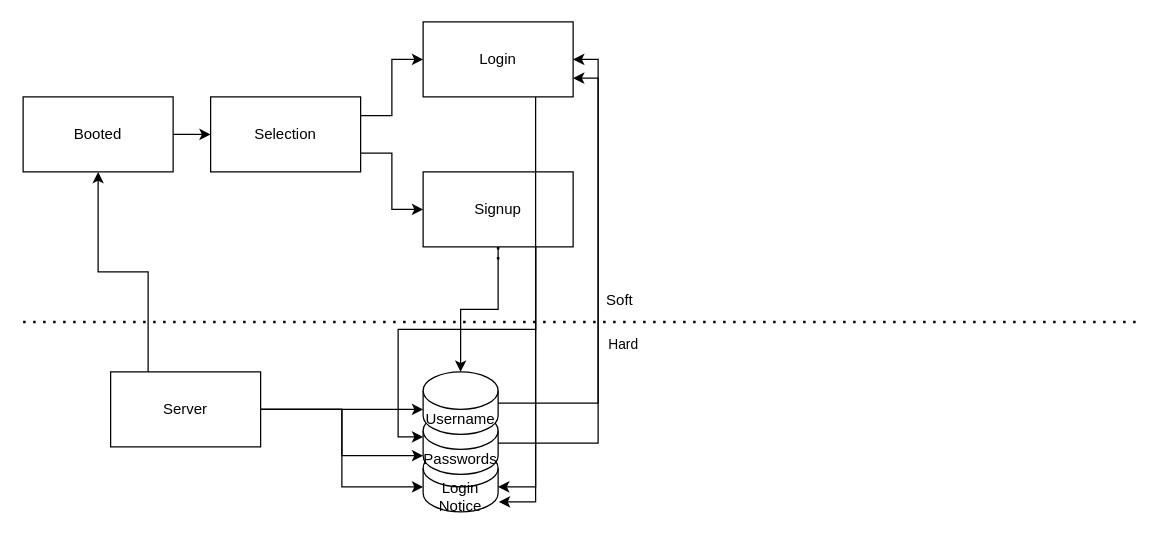
Earlier version of the draw.io diagram Login-2.drawio (DevEatSleepRepeat/draw.io). Source tidied: cells renumbered, new cells numbered last; positions are measured from the earlier drawing's top-left corner, leaving out a move shared by most shapes. Both pictures are drawn from the tidied source at 125%, with x=0, y=0 at pixel (22, 21).
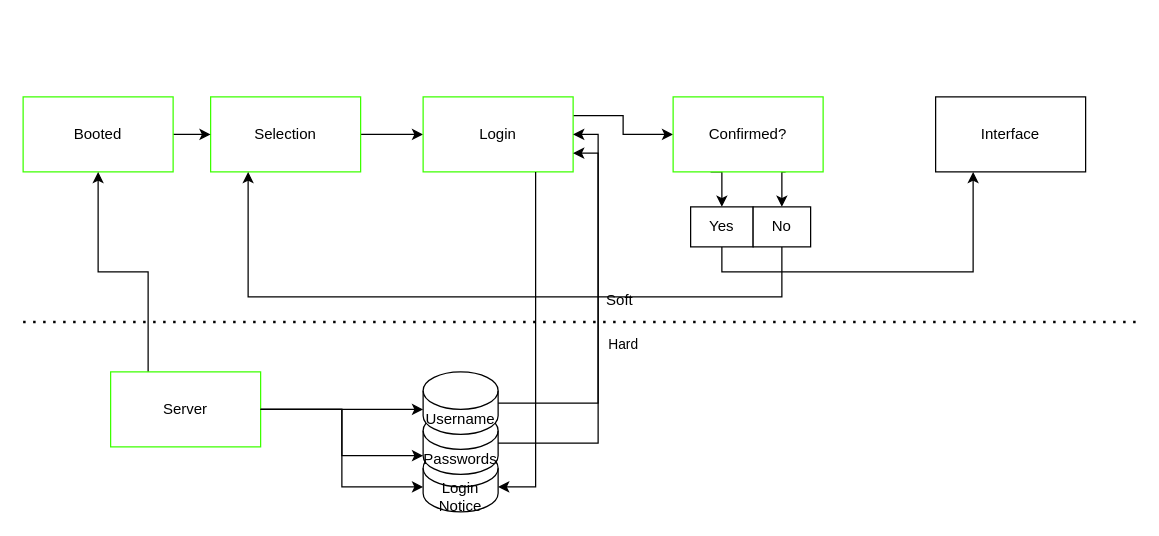
After the change.

The change refers to these unchanged cells:
```xml
<mxCell id="17" value="Login Notice" style="shape=cylinder3;whiteSpace=wrap;html=1;boundedLbl=1;backgroundOutline=1;size=15;" parent="16" vertex="1">
  <mxGeometry y="62" width="60" height="50" as="geometry" />
</mxCell>
<mxCell id="18" value="Passwords" style="shape=cylinder3;whiteSpace=wrap;html=1;boundedLbl=1;backgroundOutline=1;size=15;" parent="16" vertex="1">
  <mxGeometry y="32" width="60" height="50" as="geometry" />
</mxCell>
<mxCell id="19" value="Username" style="shape=cylinder3;whiteSpace=wrap;html=1;boundedLbl=1;backgroundOutline=1;size=15;" parent="16" vertex="1">
  <mxGeometry width="60" height="50" as="geometry" />
</mxCell>
```

Diff of the diagram source:
```diff
@@
-    <mxCell id="2" style="edgeStyle=orthogonalEdgeStyle;rounded=0;jettySize=auto;html=1;exitX=1;exitY=0.25;exitDx=0;exitDy=0;entryX=0;entryY=0.5;entryDx=0;entryDy=0;" parent="1" edge="1" source="4" target="5">
+    <mxCell id="2" style="edgeStyle=orthogonalEdgeStyle;rounded=0;jettySize=auto;html=1;exitX=1;exitY=0.5;exitDx=0;exitDy=0;entryX=0;entryY=0.5;entryDx=0;entryDy=0;" parent="1" edge="1" source="4" target="5">
       <mxGeometry relative="1" as="geometry" />
     </mxCell>
-    <mxCell id="3" style="edgeStyle=orthogonalEdgeStyle;rounded=0;jettySize=auto;html=1;exitX=1;exitY=0.75;exitDx=0;exitDy=0;entryX=0;entryY=0.5;entryDx=0;entryDy=0;" parent="1" edge="1" source="4" target="12">
-      <mxGeometry relative="1" as="geometry" />
-    </mxCell>
-    <mxCell id="4" value="Selection" style="rounded=0;whiteSpace=wrap;html=1;" parent="1" vertex="1">
+    <mxCell id="4" value="Selection" style="rounded=0;whiteSpace=wrap;html=1;strokeColor=#3CFF00;" parent="1" vertex="1">
       <mxGeometry x="150" y="60" width="120" height="60" as="geometry" />
     </mxCell>
+    <mxCell id="29" style="edgeStyle=orthogonalEdgeStyle;rounded=0;jettySize=auto;html=1;exitX=1;exitY=0.25;exitDx=0;exitDy=0;entryX=0;entryY=0.5;entryDx=0;entryDy=0;" parent="1" edge="1" source="5" target="32">
+      <mxGeometry relative="1" as="geometry" />
+    </mxCell>
-    <mxCell id="5" value="Login" style="rounded=0;whiteSpace=wrap;html=1;" parent="1" vertex="1">
-      <mxGeometry x="320" width="120" height="60" as="geometry" />
+    <mxCell id="5" value="Login" style="rounded=0;whiteSpace=wrap;html=1;strokeColor=#3CFF00;" parent="1" vertex="1">
+      <mxGeometry x="320" y="60" width="120" height="60" as="geometry" />
     </mxCell>
@@
-    <mxCell id="7" value="Booted" style="rounded=0;whiteSpace=wrap;html=1;" parent="1" vertex="1">
+    <mxCell id="7" value="Booted" style="rounded=0;whiteSpace=wrap;html=1;strokeColor=#3CFF00;" parent="1" vertex="1">
       <mxGeometry y="60" width="120" height="60" as="geometry" />
     </mxCell>
-    <mxCell id="8" style="endArrow=none;dashed=1;html=1;dashPattern=1 3;strokeWidth=2;rounded=0;" parent="1" edge="1" source="12">
-      <mxGeometry relative="1" as="geometry">
-        <mxPoint x="430" y="140" as="targetPoint" />
-      </mxGeometry>
-    </mxCell>
@@
-    <mxCell id="11" style="endArrow=none;dashed=1;html=1;dashPattern=1 3;strokeWidth=2;rounded=0;" parent="1" edge="1" target="12">
-      <mxGeometry relative="1" as="geometry">
-        <mxPoint x="380" y="190" as="sourcePoint" />
-      </mxGeometry>
-    </mxCell>
-    <mxCell id="12" value="Signup" style="rounded=0;whiteSpace=wrap;html=1;" parent="1" vertex="1">
-      <mxGeometry x="320" y="120" width="120" height="60" as="geometry" />
-    </mxCell>
@@
-    <mxCell id="15" value="Server" style="rounded=0;whiteSpace=wrap;html=1;" parent="1" vertex="1">
+    <mxCell id="15" value="Server" style="rounded=0;whiteSpace=wrap;html=1;strokeColor=#3CFF00;" parent="1" vertex="1">
       <mxGeometry x="70" y="280" width="120" height="60" as="geometry" />
     </mxCell>
-    <mxCell id="16" style="group;" parent="1" vertex="1">
+    <mxCell id="16" style="group;fontStyle=4;strokeColor=none;" parent="1" vertex="1">
       <mxGeometry x="320" y="280" width="60" height="112" as="geometry" />
     </mxCell>
@@
-    <mxCell id="20" style="edgeStyle=orthogonalEdgeStyle;rounded=0;jettySize=auto;html=1;exitX=0.5;exitY=1;exitDx=0;exitDy=0;entryX=0.5;entryY=0;entryDx=0;entryDy=0;entryPerimeter=0;" parent="1" edge="1" source="12" target="19">
-      <mxGeometry relative="1" as="geometry" />
-    </mxCell>
@@
-    <mxCell id="26" style="edgeStyle=orthogonalEdgeStyle;rounded=0;jettySize=auto;html=1;exitX=0.75;exitY=1;exitDx=0;exitDy=0;entryX=0;entryY=0;entryDx=0;entryDy=20;entryPerimeter=0;" parent="1" edge="1" source="12" target="18">
-      <mxGeometry relative="1" as="geometry" />
-    </mxCell>
@@
-    <mxCell id="28" style="edgeStyle=orthogonalEdgeStyle;rounded=0;jettySize=auto;html=1;exitX=0.75;exitY=1;exitDx=0;exitDy=0;entryX=1.011;entryY=0.84;entryDx=0;entryDy=0;entryPerimeter=0;" parent="1" edge="1" source="12" target="17">
-      <mxGeometry relative="1" as="geometry" />
-    </mxCell>
+    <mxCell id="30" style="edgeStyle=orthogonalEdgeStyle;rounded=0;jettySize=auto;html=1;exitX=0.25;exitY=1;exitDx=0;exitDy=0;entryX=0.5;entryY=0;entryDx=0;entryDy=0;" parent="1" edge="1" source="32" target="34">
+      <mxGeometry relative="1" as="geometry" />
+    </mxCell>
+    <mxCell id="31" style="edgeStyle=orthogonalEdgeStyle;rounded=0;jettySize=auto;html=1;exitX=0.75;exitY=1;exitDx=0;exitDy=0;entryX=0.5;entryY=0;entryDx=0;entryDy=0;" parent="1" edge="1" source="32" target="36">
+      <mxGeometry relative="1" as="geometry" />
+    </mxCell>
+    <mxCell id="32" value="Confirmed?" style="rounded=0;whiteSpace=wrap;html=1;strokeColor=#3CFF00;" parent="1" vertex="1">
+      <mxGeometry x="520" y="60" width="120" height="60" as="geometry" />
+    </mxCell>
+    <mxCell id="33" style="edgeStyle=orthogonalEdgeStyle;rounded=0;jettySize=auto;html=1;exitX=0.5;exitY=1;exitDx=0;exitDy=0;entryX=0.25;entryY=1;entryDx=0;entryDy=0;" parent="1" edge="1" source="34" target="37">
+      <mxGeometry relative="1" as="geometry" />
+    </mxCell>
+    <mxCell id="34" value="Yes" style="rounded=0;whiteSpace=wrap;html=1;" parent="1" vertex="1">
+      <mxGeometry x="534" y="148" width="50" height="32" as="geometry" />
+    </mxCell>
+    <mxCell id="35" style="edgeStyle=orthogonalEdgeStyle;rounded=0;jettySize=auto;html=1;exitX=0.5;exitY=1;exitDx=0;exitDy=0;entryX=0.25;entryY=1;entryDx=0;entryDy=0;" parent="1" edge="1" source="36" target="4">
+      <mxGeometry relative="1" as="geometry">
+        <Array as="points">
+          <mxPoint x="607" y="220" />
+          <mxPoint x="180" y="220" />
+        </Array>
+      </mxGeometry>
+    </mxCell>
+    <mxCell id="36" value="No" style="rounded=0;whiteSpace=wrap;html=1;" parent="1" vertex="1">
+      <mxGeometry x="584" y="148" width="46" height="32" as="geometry" />
+    </mxCell>
+    <mxCell id="37" value="Interface" style="rounded=0;whiteSpace=wrap;html=1;" parent="1" vertex="1">
+      <mxGeometry x="730" y="60" width="120" height="60" as="geometry" />
+    </mxCell>
```
